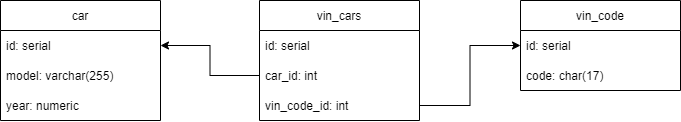
Constantine-M/job4j_design keeps this draw.io diagram as one-to-one.png. Above is the earlier version. Source tidied: cells renumbered, new cells last; positions are measured from the earlier drawing's top-left corner, leaving out a move shared by most shapes. The source it was exported from:
```xml
<mxGraphModel>
  <root>
    <mxCell id="0" />
    <mxCell id="1" parent="0" />
    <mxCell id="2" value="car" style="swimlane;fontStyle=0;horizontal=1;startSize=30;swimlaneLine=1;fillColor=default;" parent="1" vertex="1">
      <mxGeometry width="160" height="120" as="geometry" />
    </mxCell>
    <mxCell id="3" value="id: serial" style="text;strokeColor=none;fillColor=none;align=left;verticalAlign=middle;spacingLeft=4;spacingRight=4;overflow=hidden;points=[[0,0.5],[1,0.5]];portConstraint=eastwest;swimlaneLine=1;" parent="2" vertex="1">
      <mxGeometry y="30" width="160" height="30" as="geometry" />
    </mxCell>
    <mxCell id="4" value="model: varchar(255)" style="text;strokeColor=none;fillColor=none;align=left;verticalAlign=middle;spacingLeft=4;spacingRight=4;overflow=hidden;swimlaneLine=1;" parent="2" vertex="1">
      <mxGeometry y="60" width="160" height="30" as="geometry" />
    </mxCell>
    <mxCell id="5" value="year: numeric" style="text;align=left;verticalAlign=middle;spacingLeft=4;spacingRight=4;overflow=hidden;swimlaneLine=1;" parent="2" vertex="1">
      <mxGeometry y="90" width="160" height="30" as="geometry" />
    </mxCell>
    <mxCell id="6" value="vin_code" style="swimlane;fontStyle=0;horizontal=1;startSize=30;swimlaneLine=1;" parent="1" vertex="1">
      <mxGeometry x="520" width="160" height="90" as="geometry" />
    </mxCell>
    <mxCell id="7" value="id: serial" style="text;strokeColor=none;fillColor=none;align=left;verticalAlign=middle;spacingLeft=4;spacingRight=4;overflow=hidden;points=[[0,0.5],[1,0.5]];portConstraint=eastwest;swimlaneLine=1;" parent="6" vertex="1">
      <mxGeometry y="30" width="160" height="30" as="geometry" />
    </mxCell>
    <mxCell id="8" value="code: char(17)" style="text;strokeColor=none;fillColor=none;align=left;verticalAlign=middle;spacingLeft=4;spacingRight=4;overflow=hidden;swimlaneLine=1;" parent="6" vertex="1">
      <mxGeometry y="60" width="160" height="30" as="geometry" />
    </mxCell>
    <mxCell id="9" style="endArrow=none;html=1;rounded=0;exitX=1;exitY=0.5;exitDx=0;exitDy=0;entryX=0;entryY=0.5;entryDx=0;entryDy=0;edgeStyle=orthogonalEdgeStyle;strokeColor=default;targetPerimeterSpacing=0;strokeWidth=1;jumpStyle=none;startArrow=classic;startFill=1;swimlaneLine=1;" parent="1" edge="1" source="3" target="12">
      <mxGeometry relative="1" as="geometry" />
    </mxCell>
    <mxCell id="10" value="vin_cars" style="swimlane;fontStyle=0;horizontal=1;startSize=30;swimlaneLine=1;" parent="1" vertex="1">
      <mxGeometry x="259" width="160" height="120" as="geometry" />
    </mxCell>
    <mxCell id="11" value="id: serial" style="text;strokeColor=none;fillColor=none;align=left;verticalAlign=middle;spacingLeft=4;spacingRight=4;overflow=hidden;swimlaneLine=1;" parent="10" vertex="1">
      <mxGeometry y="30" width="160" height="30" as="geometry" />
    </mxCell>
    <mxCell id="12" value="car_id: int" style="text;strokeColor=none;fillColor=none;align=left;verticalAlign=middle;spacingLeft=4;spacingRight=4;overflow=hidden;points=[[0,0.5],[1,0.5]];portConstraint=eastwest;swimlaneLine=1;" parent="10" vertex="1">
      <mxGeometry y="60" width="160" height="30" as="geometry" />
    </mxCell>
    <mxCell id="13" value="vin_code_id: int" style="text;strokeColor=none;fillColor=none;align=left;verticalAlign=middle;spacingLeft=4;spacingRight=4;overflow=hidden;points=[[0,0.5],[1,0.5]];portConstraint=eastwest;swimlaneLine=1;" parent="10" vertex="1">
      <mxGeometry y="90" width="160" height="30" as="geometry" />
    </mxCell>
    <mxCell id="14" style="endArrow=none;html=1;rounded=0;exitX=0;exitY=0.5;exitDx=0;exitDy=0;entryX=1;entryY=0.5;entryDx=0;entryDy=0;edgeStyle=orthogonalEdgeStyle;strokeColor=default;targetPerimeterSpacing=0;strokeWidth=1;jumpStyle=none;startArrow=classic;startFill=1;swimlaneLine=1;" parent="1" edge="1" source="7" target="13">
      <mxGeometry relative="1" as="geometry" />
    </mxCell>
  </root>
</mxGraphModel>
```
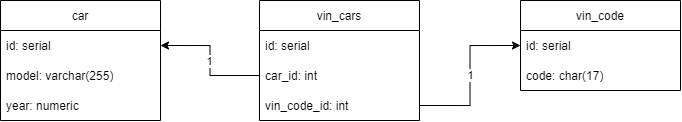
After the change.

Commit message:
0.1. Связи между таблицами [#373615 #280648]

fix #1 one-to-one relation

Change to the diagram source:
```diff
@@ -26,6 +26,11 @@
     <mxCell id="9" style="endArrow=none;html=1;rounded=0;exitX=1;exitY=0.5;exitDx=0;exitDy=0;entryX=0;entryY=0.5;entryDx=0;entryDy=0;edgeStyle=orthogonalEdgeStyle;strokeColor=default;targetPerimeterSpacing=0;strokeWidth=1;jumpStyle=none;startArrow=classic;startFill=1;swimlaneLine=1;" parent="1" edge="1" source="3" target="12">
       <mxGeometry relative="1" as="geometry" />
     </mxCell>
+    <mxCell id="15" value="1" style="edgeLabel;html=1;align=center;verticalAlign=middle;" parent="9" vertex="1">
+      <mxGeometry x="0.09" y="-1" relative="1" as="geometry">
+        <mxPoint y="-5" as="offset" />
+      </mxGeometry>
+    </mxCell>
     <mxCell id="10" value="vin_cars" style="swimlane;fontStyle=0;horizontal=1;startSize=30;swimlaneLine=1;" parent="1" vertex="1">
       <mxGeometry x="259" width="160" height="120" as="geometry" />
     </mxCell>
@@ -41,5 +46,10 @@
     <mxCell id="14" style="endArrow=none;html=1;rounded=0;exitX=0;exitY=0.5;exitDx=0;exitDy=0;entryX=1;entryY=0.5;entryDx=0;entryDy=0;edgeStyle=orthogonalEdgeStyle;strokeColor=default;targetPerimeterSpacing=0;strokeWidth=1;jumpStyle=none;startArrow=classic;startFill=1;swimlaneLine=1;" parent="1" edge="1" source="7" target="13">
       <mxGeometry relative="1" as="geometry" />
     </mxCell>
+    <mxCell id="16" value="1" style="edgeLabel;html=1;align=center;verticalAlign=middle;" parent="14" vertex="1">
+      <mxGeometry x="-0.26" relative="1" as="geometry">
+        <mxPoint y="20" as="offset" />
+      </mxGeometry>
+    </mxCell>
   </root>
 </mxGraphModel>
```
